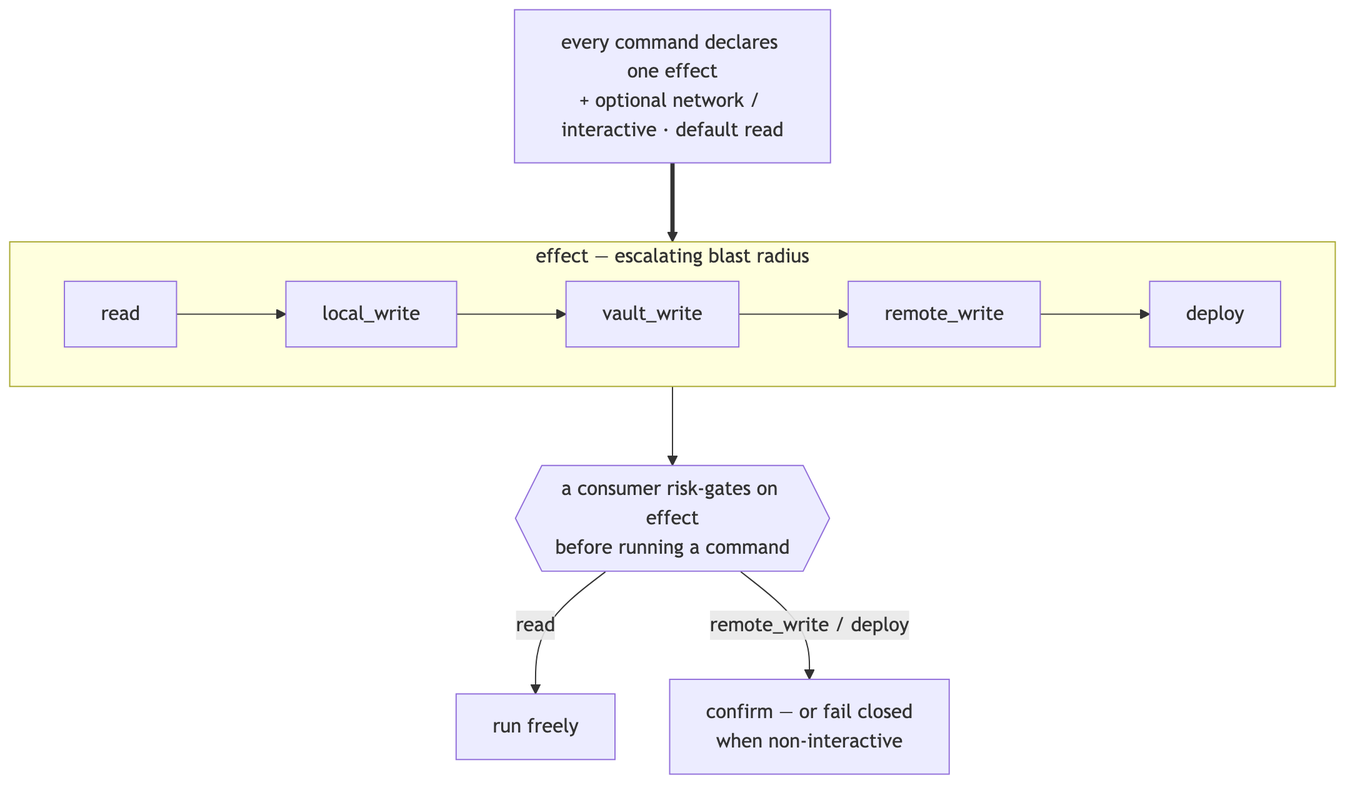
The Mermaid diagram docs/diagrams/effect-ladder.png in joeseverino/cordon, before a commit. Its source is kept beside it as docs/diagrams/effect-ladder.mmd.
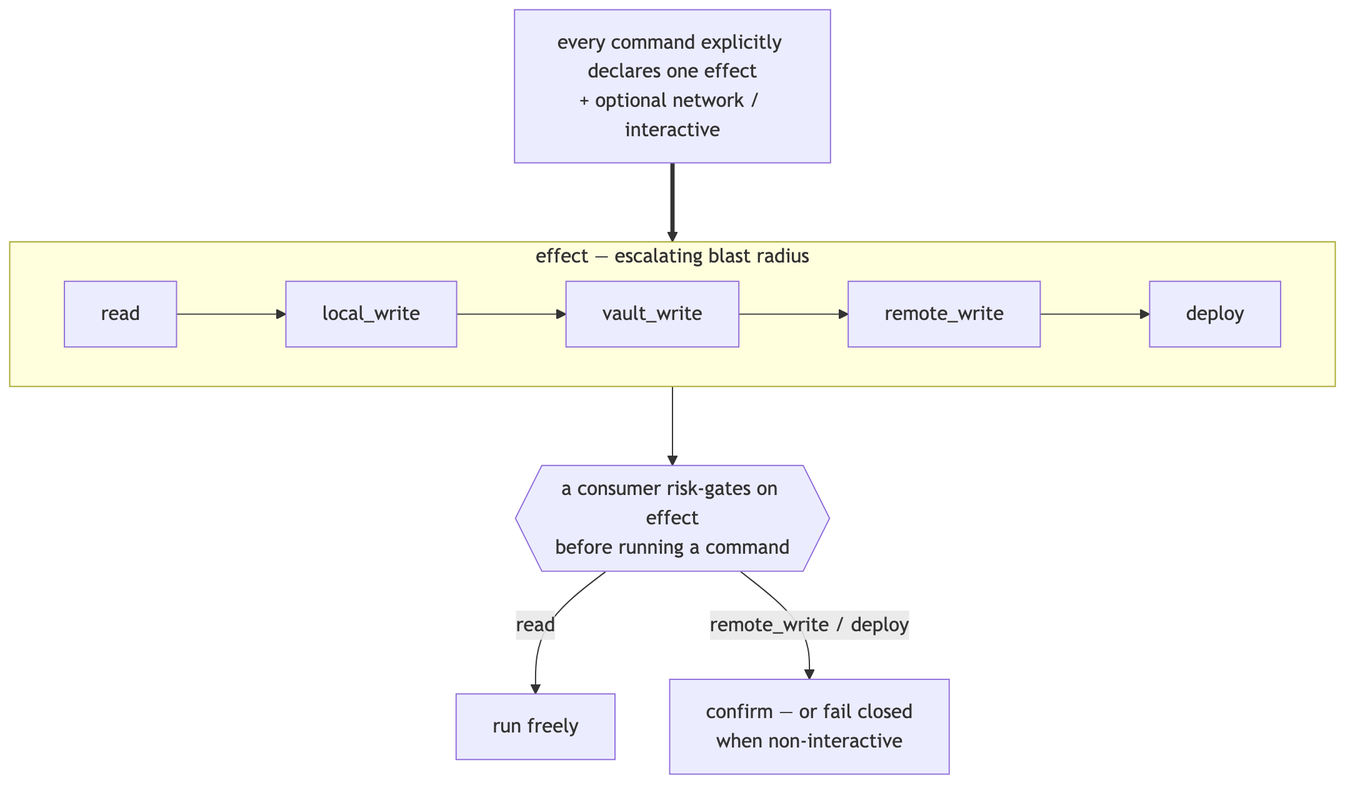
The same diagram one commit later.

Diff of the diagram source:
```diff
@@ -1,6 +1,6 @@
 %%{init: {'flowchart': {'rankSpacing': 65, 'nodeSpacing': 45}}}%%
 flowchart TB
-    decl["every command declares one effect<br/>+ optional network / interactive · default read"]
+    decl["every command explicitly declares one effect<br/>+ optional network / interactive"]
 
     subgraph ladder["effect — escalating blast radius"]
         direction LR
```
